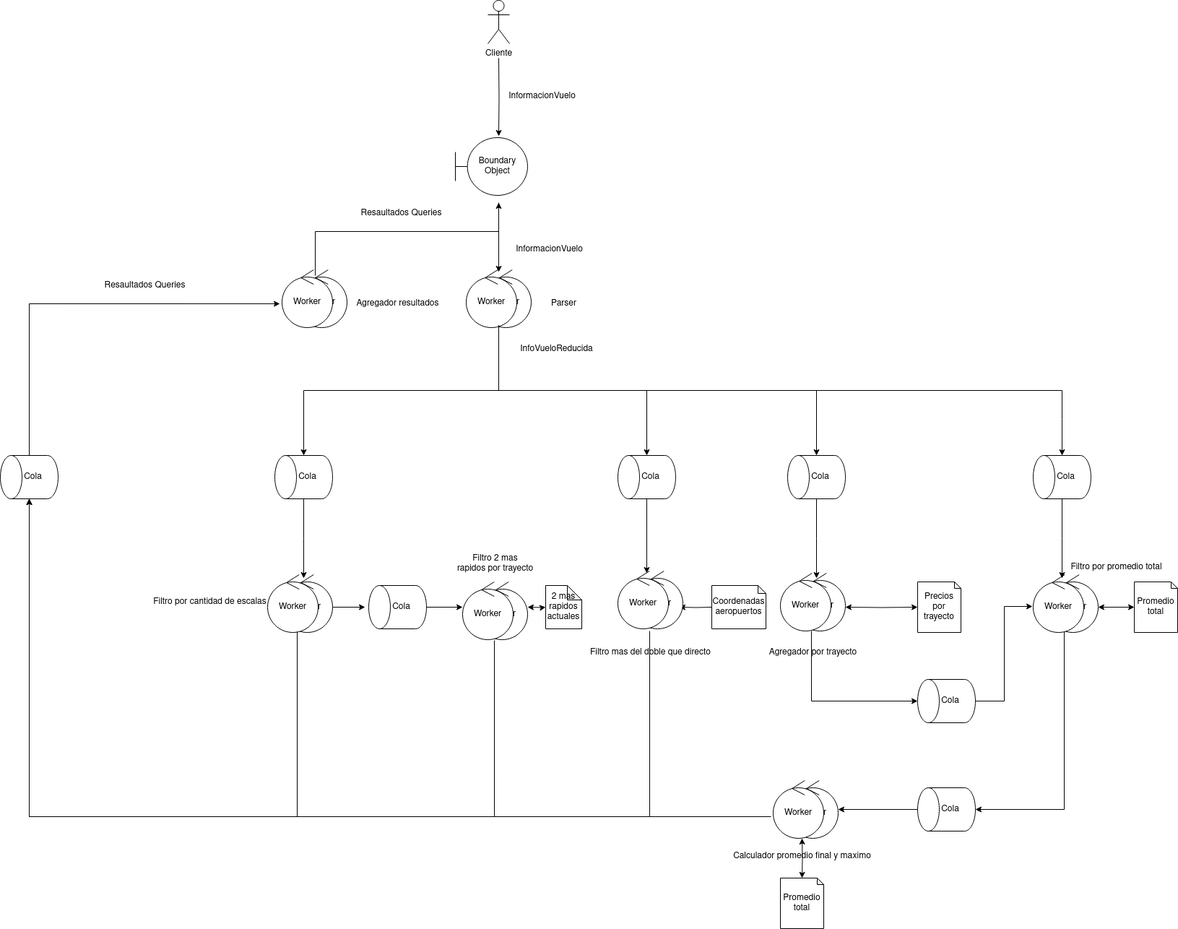
Before: img/DiagramaRobustez.png, a diagram exported from draw.io (FranciscoPereira987/tp1-distribuidos-grupo5). Source tidied: cells renumbered, new cells last; positions are measured from the earlier drawing's top-left corner, leaving out a move shared by most shapes.
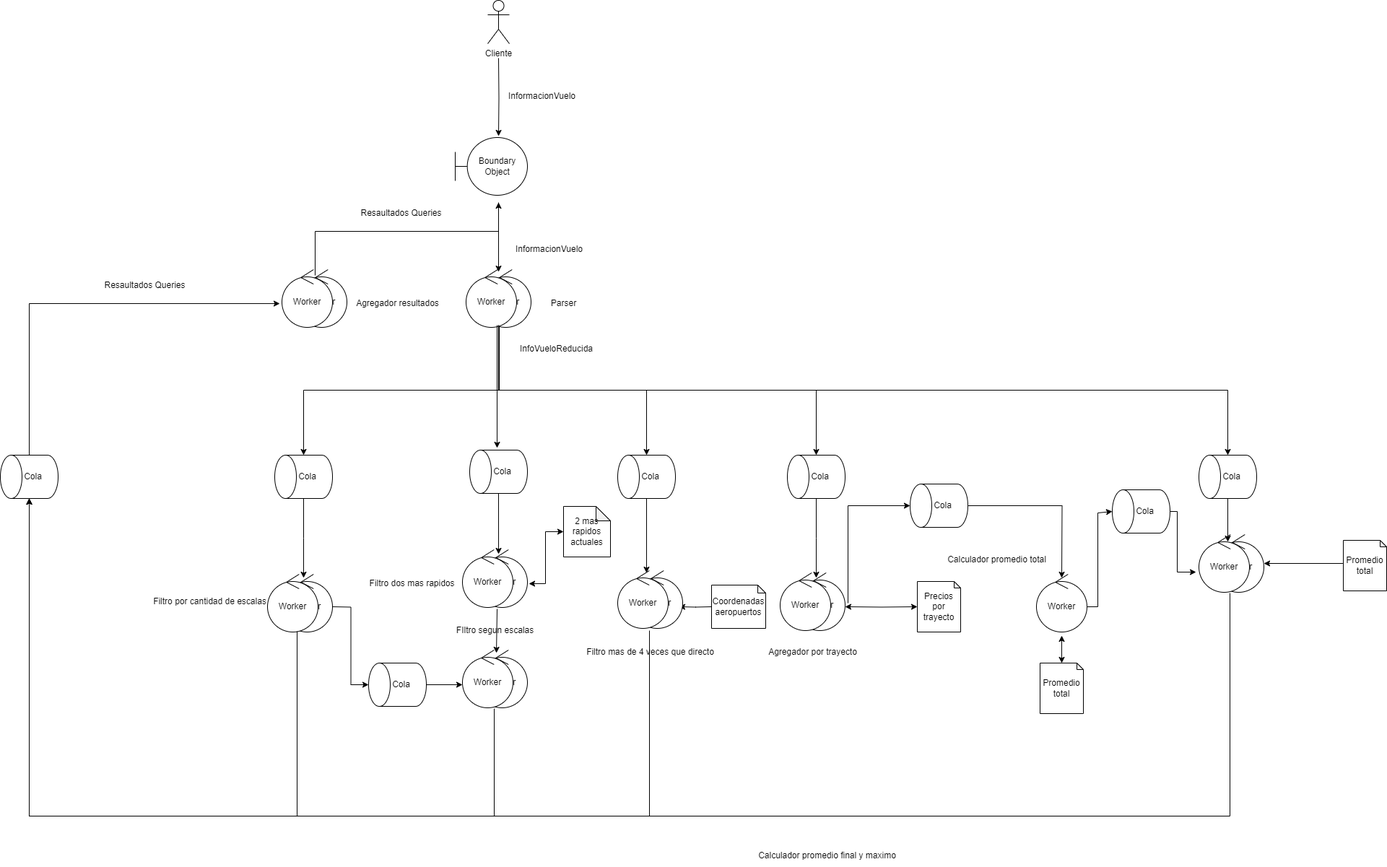
The same diagram one commit later.

Change to the diagram source:
```diff
@@ -30,3 +30,3 @@
     </mxCell>
-    <mxCell id="7" style="edgeStyle=orthogonalEdgeStyle;rounded=0;jettySize=auto;html=1;exitX=0;exitY=0.5;exitDx=0;exitDy=0;exitPerimeter=0;" parent="1" edge="1" source="65">
+    <mxCell id="7" style="edgeStyle=orthogonalEdgeStyle;rounded=0;jettySize=auto;html=1;exitX=0.5;exitY=1;exitDx=0;exitDy=0;exitPerimeter=0;" parent="1" edge="1" source="65">
       <mxGeometry relative="1" as="geometry">
@@ -35,6 +35,5 @@
     </mxCell>
-    <mxCell id="8" style="edgeStyle=orthogonalEdgeStyle;rounded=0;orthogonalLoop=1;jettySize=auto;html=1;exitX=1;exitY=0.5;exitDx=0;exitDy=0;entryX=0.5;entryY=0;entryDx=0;entryDy=0;entryPerimeter=0;" parent="1" edge="1">
+    <mxCell id="8" style="edgeStyle=orthogonalEdgeStyle;rounded=0;jettySize=auto;html=1;exitX=1;exitY=0.5;exitDx=0;exitDy=0;entryX=0.5;entryY=0;entryDx=0;entryDy=0;entryPerimeter=0;" parent="1" edge="1" target="67">
       <mxGeometry relative="1" as="geometry">
         <mxPoint x="450" y="840" as="sourcePoint" />
-        <mxPoint x="495" y="840" as="targetPoint" />
       </mxGeometry>
@@ -51,4 +50,4 @@
     </mxCell>
-    <mxCell id="11" value="Filtro mas del doble que directo" style="text;html=1;align=center;verticalAlign=middle;strokeColor=none;fillColor=none;" parent="1" vertex="1">
-      <mxGeometry x="795" y="888" width="190" height="30" as="geometry" />
+    <mxCell id="11" value="Filtro mas de 4 veces que directo" style="text;html=1;align=center;verticalAlign=middle;strokeColor=none;fillColor=none;" parent="1" vertex="1">
+      <mxGeometry x="790" y="888" width="200" height="30" as="geometry" />
     </mxCell>
@@ -57,4 +56,9 @@
     </mxCell>
-    <mxCell id="13" style="edgeStyle=orthogonalEdgeStyle;rounded=0;jettySize=auto;html=1;exitX=0.614;exitY=1;exitDx=0;exitDy=0;entryX=0.5;entryY=0;entryDx=0;entryDy=0;entryPerimeter=0;exitPerimeter=0;" parent="1" edge="1" source="53" target="20">
-      <mxGeometry relative="1" as="geometry" />
+    <mxCell id="13" style="edgeStyle=orthogonalEdgeStyle;rounded=0;jettySize=auto;html=1;exitX=0.657;exitY=0.988;exitDx=0;exitDy=0;exitPerimeter=0;entryX=1;entryY=0.5;entryDx=0;entryDy=0;entryPerimeter=0;" parent="1" edge="1" source="45" target="20">
+      <mxGeometry relative="1" as="geometry">
+        <Array as="points">
+          <mxPoint x="681" y="540" />
+          <mxPoint x="1690" y="540" />
+        </Array>
+      </mxGeometry>
     </mxCell>
@@ -65,4 +69,4 @@
       <mxGeometry relative="1" as="geometry">
-        <mxPoint x="575" y="840" as="sourcePoint" />
-        <mxPoint x="630" y="840" as="targetPoint" />
+        <mxPoint x="575" y="948" as="sourcePoint" />
+        <mxPoint x="630" y="948" as="targetPoint" />
       </mxGeometry>
@@ -75,18 +79,10 @@
     </mxCell>
-    <mxCell id="18" style="edgeStyle=orthogonalEdgeStyle;rounded=0;jettySize=auto;html=1;exitX=0.5;exitY=1;exitDx=0;exitDy=0;entryX=0.5;entryY=0;entryDx=0;entryDy=0;entryPerimeter=0;startArrow=classic;startFill=1;" parent="1" edge="1" target="40">
-      <mxGeometry relative="1" as="geometry">
-        <mxPoint x="1100" y="1160" as="sourcePoint" />
-      </mxGeometry>
-    </mxCell>
-    <mxCell id="19" style="edgeStyle=orthogonalEdgeStyle;rounded=0;jettySize=auto;html=1;exitX=0.5;exitY=1;exitDx=0;exitDy=0;exitPerimeter=0;entryX=-0.014;entryY=0.55;entryDx=0;entryDy=0;entryPerimeter=0;" parent="1" edge="1" source="20" target="55">
-      <mxGeometry relative="1" as="geometry" />
-    </mxCell>
     <mxCell id="20" style="shape=cylinder3;whiteSpace=wrap;html=1;boundedLbl=1;backgroundOutline=1;size=15;rotation=-90;" parent="1" vertex="1">
-      <mxGeometry x="1270" y="930" width="60" height="80" as="geometry" />
+      <mxGeometry x="1660" y="620" width="60" height="80" as="geometry" />
     </mxCell>
     <mxCell id="21" value="Cola" style="text;html=1;align=center;verticalAlign=middle;strokeColor=none;fillColor=none;" parent="1" vertex="1">
-      <mxGeometry x="1280" y="955" width="50" height="30" as="geometry" />
+      <mxGeometry x="1670" y="645" width="50" height="30" as="geometry" />
     </mxCell>
     <mxCell id="22" value="Calculador promedio final y maximo" style="text;html=1;align=center;verticalAlign=middle;strokeColor=none;fillColor=none;" parent="1" vertex="1">
-      <mxGeometry x="995" y="1170" width="210" height="30" as="geometry" />
+      <mxGeometry x="1030" y="1170" width="210" height="30" as="geometry" />
     </mxCell>
@@ -102,12 +98,10 @@
     </mxCell>
-    <mxCell id="25" style="edgeStyle=orthogonalEdgeStyle;rounded=0;jettySize=auto;html=1;exitX=1;exitY=0.5;exitDx=0;exitDy=0;startArrow=classic;startFill=1;endArrow=classic;endFill=1;" parent="1" edge="1" target="27">
-      <mxGeometry relative="1" as="geometry">
-        <mxPoint x="720" y="840" as="sourcePoint" />
-      </mxGeometry>
+    <mxCell id="25" style="edgeStyle=orthogonalEdgeStyle;rounded=0;jettySize=auto;html=1;exitX=1.029;exitY=0.588;exitDx=0;exitDy=0;startArrow=classic;startFill=1;endArrow=classic;endFill=1;exitPerimeter=0;" parent="1" edge="1" source="81" target="27">
+      <mxGeometry relative="1" as="geometry" />
     </mxCell>
-    <mxCell id="26" value="Filtro 2 mas &lt;br&gt;rapidos por trayecto" style="text;html=1;align=center;verticalAlign=middle;strokeColor=none;fillColor=none;" parent="1" vertex="1">
-      <mxGeometry x="610" y="760" width="130" height="40" as="geometry" />
+    <mxCell id="26" value="FIltro segun escalas" style="text;html=1;align=center;verticalAlign=middle;strokeColor=none;fillColor=none;" parent="1" vertex="1">
+      <mxGeometry x="610" y="858" width="130" height="30" as="geometry" />
     </mxCell>
     <mxCell id="27" value="2 mas rapidos actuales" style="shape=note;whiteSpace=wrap;html=1;backgroundOutline=1;darkOpacity=0.05;size=20;" parent="1" vertex="1">
-      <mxGeometry x="745" y="810" width="50" height="60" as="geometry" />
+      <mxGeometry x="770" y="701" width="65" height="70" as="geometry" />
     </mxCell>
@@ -131,31 +125,14 @@
     </mxCell>
-    <mxCell id="34" style="edgeStyle=orthogonalEdgeStyle;rounded=0;orthogonalLoop=1;jettySize=auto;html=1;exitX=1;exitY=0.5;exitDx=0;exitDy=0;startArrow=classic;startFill=1;" parent="1" edge="1">
-      <mxGeometry relative="1" as="geometry">
-        <mxPoint x="1510" y="840" as="sourcePoint" />
-        <mxPoint x="1560" y="840" as="targetPoint" />
-      </mxGeometry>
-    </mxCell>
-    <mxCell id="35" style="edgeStyle=orthogonalEdgeStyle;rounded=0;jettySize=auto;html=1;exitX=0.614;exitY=0.988;exitDx=0;exitDy=0;entryX=0.5;entryY=1;entryDx=0;entryDy=0;entryPerimeter=0;exitPerimeter=0;" parent="1" edge="1" source="55" target="38">
-      <mxGeometry relative="1" as="geometry" />
-    </mxCell>
     <mxCell id="36" value="Promedio total" style="shape=note;whiteSpace=wrap;html=1;backgroundOutline=1;darkOpacity=0.05;size=9;" parent="1" vertex="1">
-      <mxGeometry x="1560" y="805" width="60" height="70" as="geometry" />
+      <mxGeometry x="1430" y="918" width="60" height="70" as="geometry" />
     </mxCell>
-    <mxCell id="37" style="edgeStyle=orthogonalEdgeStyle;rounded=0;jettySize=auto;html=1;exitX=0.5;exitY=0;exitDx=0;exitDy=0;exitPerimeter=0;entryX=1;entryY=0.5;entryDx=0;entryDy=0;" parent="1" edge="1" source="38">
+    <mxCell id="37" style="edgeStyle=orthogonalEdgeStyle;rounded=0;orthogonalLoop=1;jettySize=auto;html=1;exitX=0.5;exitY=0;exitDx=0;exitDy=0;exitPerimeter=0;entryX=1;entryY=0.5;entryDx=0;entryDy=0;" parent="1" edge="1">
       <mxGeometry relative="1" as="geometry">
-        <mxPoint x="1150" y="1120" as="targetPoint" />
+        <mxPoint x="1850" y="780" as="sourcePoint" />
+        <mxPoint x="1740" y="780" as="targetPoint" />
       </mxGeometry>
     </mxCell>
-    <mxCell id="38" style="shape=cylinder3;whiteSpace=wrap;html=1;boundedLbl=1;backgroundOutline=1;size=15;rotation=-90;" parent="1" vertex="1">
-      <mxGeometry x="1270" y="1080" width="60" height="80" as="geometry" />
-    </mxCell>
-    <mxCell id="39" value="Cola" style="text;html=1;align=center;verticalAlign=middle;strokeColor=none;fillColor=none;" parent="1" vertex="1">
-      <mxGeometry x="1280" y="1105" width="50" height="30" as="geometry" />
-    </mxCell>
     <mxCell id="40" value="Promedio total" style="shape=note;whiteSpace=wrap;html=1;backgroundOutline=1;darkOpacity=0.05;size=9;" parent="1" vertex="1">
-      <mxGeometry x="1070" y="1215" width="60" height="70" as="geometry" />
+      <mxGeometry x="1850" y="748" width="60" height="70" as="geometry" />
     </mxCell>
-    <mxCell id="41" value="Filtro por promedio total" style="text;html=1;align=center;verticalAlign=middle;strokeColor=none;fillColor=none;" parent="1" vertex="1">
-      <mxGeometry x="1460" y="770" width="150" height="30" as="geometry" />
-    </mxCell>
     <mxCell id="42" value="Worker" style="ellipse;shape=umlControl;whiteSpace=wrap;html=1;" parent="1" vertex="1">
@@ -179,6 +156,6 @@
     <mxCell id="48" value="Worker" style="ellipse;shape=umlControl;whiteSpace=wrap;html=1;" parent="1" vertex="1">
-      <mxGeometry x="650" y="805" width="70" height="80" as="geometry" />
+      <mxGeometry x="650" y="900" width="70" height="80" as="geometry" />
     </mxCell>
     <mxCell id="49" value="Worker" style="ellipse;shape=umlControl;whiteSpace=wrap;html=1;" parent="1" vertex="1">
-      <mxGeometry x="630" y="805" width="70" height="80" as="geometry" />
+      <mxGeometry x="630" y="900" width="70" height="80" as="geometry" />
     </mxCell>
@@ -197,12 +174,9 @@
     <mxCell id="54" value="Worker" style="ellipse;shape=umlControl;whiteSpace=wrap;html=1;" parent="1" vertex="1">
-      <mxGeometry x="1440" y="795" width="70" height="80" as="geometry" />
+      <mxGeometry x="1425" y="795" width="70" height="80" as="geometry" />
     </mxCell>
-    <mxCell id="55" value="Worker" style="ellipse;shape=umlControl;whiteSpace=wrap;html=1;" parent="1" vertex="1">
-      <mxGeometry x="1420" y="795" width="70" height="80" as="geometry" />
-    </mxCell>
     <mxCell id="56" value="Worker" style="ellipse;shape=umlControl;whiteSpace=wrap;html=1;" parent="1" vertex="1">
-      <mxGeometry x="1080" y="1080" width="70" height="80" as="geometry" />
+      <mxGeometry x="1670" y="740" width="70" height="80" as="geometry" />
     </mxCell>
     <mxCell id="57" value="Worker" style="ellipse;shape=umlControl;whiteSpace=wrap;html=1;" parent="1" vertex="1">
-      <mxGeometry x="1060" y="1080" width="70" height="80" as="geometry" />
+      <mxGeometry x="1650" y="740" width="70" height="80" as="geometry" />
     </mxCell>
@@ -230,12 +204,12 @@
     <mxCell id="65" style="shape=cylinder3;whiteSpace=wrap;html=1;boundedLbl=1;backgroundOutline=1;size=15;rotation=-90;" parent="1" vertex="1">
-      <mxGeometry x="1430" y="620" width="60" height="80" as="geometry" />
+      <mxGeometry x="1260" y="660" width="60" height="80" as="geometry" />
     </mxCell>
     <mxCell id="66" value="Cola" style="text;html=1;align=center;verticalAlign=middle;strokeColor=none;fillColor=none;" parent="1" vertex="1">
-      <mxGeometry x="1440" y="645" width="50" height="30" as="geometry" />
+      <mxGeometry x="1270" y="685" width="50" height="30" as="geometry" />
     </mxCell>
     <mxCell id="67" style="shape=cylinder3;whiteSpace=wrap;html=1;boundedLbl=1;backgroundOutline=1;size=15;rotation=-90;" parent="1" vertex="1">
-      <mxGeometry x="510" y="800" width="60" height="80" as="geometry" />
+      <mxGeometry x="510" y="908" width="60" height="80" as="geometry" />
     </mxCell>
     <mxCell id="68" value="Cola" style="text;html=1;align=center;verticalAlign=middle;strokeColor=none;fillColor=none;" parent="1" vertex="1">
-      <mxGeometry x="520" y="825" width="50" height="30" as="geometry" />
+      <mxGeometry x="520" y="933" width="50" height="30" as="geometry" />
     </mxCell>
@@ -258,12 +232,2 @@
     </mxCell>
-    <mxCell id="71" style="endArrow=classic;html=1;rounded=0;entryX=1;entryY=0.5;entryDx=0;entryDy=0;entryPerimeter=0;" parent="1" edge="1" target="65">
-      <mxGeometry relative="1" as="geometry">
-        <mxPoint x="680" y="450" as="sourcePoint" />
-        <Array as="points">
-          <mxPoint x="680" y="540" />
-          <mxPoint x="1460" y="540" />
-          <mxPoint x="1460" y="580" />
-        </Array>
-      </mxGeometry>
-    </mxCell>
     <mxCell id="72" value="Cola" style="text;html=1;align=center;verticalAlign=middle;strokeColor=none;fillColor=none;" parent="1" vertex="1">
@@ -295,5 +259,7 @@
     </mxCell>
-    <mxCell id="76" style="endArrow=classic;html=1;rounded=0;entryX=0;entryY=0.5;entryDx=0;entryDy=0;entryPerimeter=0;exitX=-0.043;exitY=0.625;exitDx=0;exitDy=0;exitPerimeter=0;" parent="1" edge="1" source="57" target="24">
+    <mxCell id="76" style="endArrow=classic;html=1;rounded=0;entryX=0;entryY=0.5;entryDx=0;entryDy=0;entryPerimeter=0;exitX=0.614;exitY=1.013;exitDx=0;exitDy=0;exitPerimeter=0;" parent="1" edge="1" source="57" target="24">
       <mxGeometry relative="1" as="geometry">
         <Array as="points">
+          <mxPoint x="1693" y="1130" />
+          <mxPoint x="870" y="1130" />
           <mxPoint x="30" y="1130" />
@@ -322,2 +288,71 @@
     </mxCell>
+    <mxCell id="81" value="Worker" style="ellipse;shape=umlControl;whiteSpace=wrap;html=1;" parent="1" vertex="1">
+      <mxGeometry x="650" y="761" width="70" height="80" as="geometry" />
+    </mxCell>
+    <mxCell id="82" value="Worker" style="ellipse;shape=umlControl;whiteSpace=wrap;html=1;" parent="1" vertex="1">
+      <mxGeometry x="630" y="761" width="70" height="80" as="geometry" />
+    </mxCell>
+    <mxCell id="83" value="Filtro dos mas rapidos" style="text;html=1;align=center;verticalAlign=middle;strokeColor=none;fillColor=none;" parent="1" vertex="1">
+      <mxGeometry x="490" y="793" width="140" height="30" as="geometry" />
+    </mxCell>
+    <mxCell id="84" style="endArrow=classic;html=1;rounded=0;exitX=0.686;exitY=1.025;exitDx=0;exitDy=0;exitPerimeter=0;entryX=0.386;entryY=0.05;entryDx=0;entryDy=0;entryPerimeter=0;" parent="1" edge="1" source="82" target="48">
+      <mxGeometry relative="1" as="geometry" />
+    </mxCell>
+    <mxCell id="85" style="endArrow=classic;html=1;rounded=0;" parent="1" edge="1">
+      <mxGeometry relative="1" as="geometry">
+        <mxPoint x="678" y="450" as="sourcePoint" />
+        <mxPoint x="678" y="620" as="targetPoint" />
+      </mxGeometry>
+    </mxCell>
+    <mxCell id="86" style="endArrow=classic;html=1;rounded=0;exitX=1.057;exitY=0.525;exitDx=0;exitDy=0;exitPerimeter=0;entryX=0.5;entryY=0;entryDx=0;entryDy=0;entryPerimeter=0;" parent="1" edge="1" source="52" target="65">
+      <mxGeometry relative="1" as="geometry">
+        <Array as="points">
+          <mxPoint x="1164" y="700" />
+        </Array>
+      </mxGeometry>
+    </mxCell>
+    <mxCell id="87" value="Calculador promedio total" style="text;html=1;align=center;verticalAlign=middle;strokeColor=none;fillColor=none;" parent="1" vertex="1">
+      <mxGeometry x="1290" y="760" width="160" height="30" as="geometry" />
+    </mxCell>
+    <mxCell id="88" style="endArrow=classic;html=1;rounded=0;exitX=0;exitY=0.5;exitDx=0;exitDy=0;exitPerimeter=0;" parent="1" edge="1" source="20">
+      <mxGeometry relative="1" as="geometry">
+        <mxPoint x="1690" y="750" as="targetPoint" />
+      </mxGeometry>
+    </mxCell>
+    <mxCell id="89" style="endArrow=classic;html=1;rounded=0;entryX=0.5;entryY=0;entryDx=0;entryDy=0;entryPerimeter=0;startArrow=classic;startFill=1;" parent="1" edge="1" target="36">
+      <mxGeometry relative="1" as="geometry">
+        <mxPoint x="1460" y="880" as="sourcePoint" />
+      </mxGeometry>
+    </mxCell>
+    <mxCell id="90" style="shape=cylinder3;whiteSpace=wrap;html=1;boundedLbl=1;backgroundOutline=1;size=15;rotation=-90;" parent="1" vertex="1">
+      <mxGeometry x="1540" y="668" width="60" height="80" as="geometry" />
+    </mxCell>
+    <mxCell id="91" value="Cola" style="text;html=1;align=center;verticalAlign=middle;strokeColor=none;fillColor=none;" parent="1" vertex="1">
+      <mxGeometry x="1550" y="693" width="50" height="30" as="geometry" />
+    </mxCell>
+    <mxCell id="92" style="endArrow=classic;html=1;rounded=0;entryX=0.5;entryY=0;entryDx=0;entryDy=0;entryPerimeter=0;exitX=1;exitY=0.563;exitDx=0;exitDy=0;exitPerimeter=0;" parent="1" edge="1" source="54" target="90">
+      <mxGeometry relative="1" as="geometry">
+        <Array as="points">
+          <mxPoint x="1510" y="840" />
+          <mxPoint x="1510" y="710" />
+        </Array>
+      </mxGeometry>
+    </mxCell>
+    <mxCell id="93" style="edgeStyle=orthogonalEdgeStyle;rounded=0;jettySize=auto;html=1;exitX=0.5;exitY=1;exitDx=0;exitDy=0;exitPerimeter=0;entryX=-0.057;entryY=0.65;entryDx=0;entryDy=0;entryPerimeter=0;" parent="1" edge="1" source="90" target="57">
+      <mxGeometry relative="1" as="geometry">
+        <Array as="points">
+          <mxPoint x="1620" y="708" />
+          <mxPoint x="1620" y="792" />
+        </Array>
+      </mxGeometry>
+    </mxCell>
+    <mxCell id="94" style="shape=cylinder3;whiteSpace=wrap;html=1;boundedLbl=1;backgroundOutline=1;size=15;rotation=-90;" parent="1" vertex="1">
+      <mxGeometry x="650" y="613" width="60" height="80" as="geometry" />
+    </mxCell>
+    <mxCell id="95" value="Cola" style="text;html=1;align=center;verticalAlign=middle;strokeColor=none;fillColor=none;" parent="1" vertex="1">
+      <mxGeometry x="660" y="638" width="50" height="30" as="geometry" />
+    </mxCell>
+    <mxCell id="96" style="edgeStyle=orthogonalEdgeStyle;rounded=0;jettySize=auto;html=1;exitX=0;exitY=0.5;exitDx=0;exitDy=0;exitPerimeter=0;entryX=0.429;entryY=0.075;entryDx=0;entryDy=0;entryPerimeter=0;" parent="1" edge="1" source="94" target="81">
+      <mxGeometry relative="1" as="geometry" />
+    </mxCell>
   </root>
```
